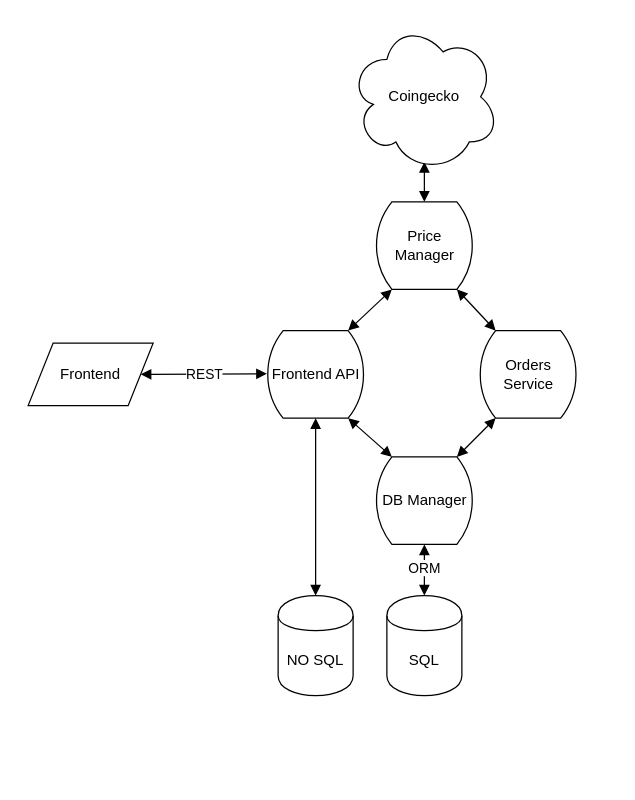
THD-C/.github keeps this draw.io diagram as architecture.drawio. Above is the earlier version. Source tidied: cells renumbered, new cells numbered last; positions are measured from the earlier drawing's top-left corner, leaving out a move shared by most shapes. Both pictures are drawn from the tidied source at 125%, with x=0, y=0 at pixel (28, 21).
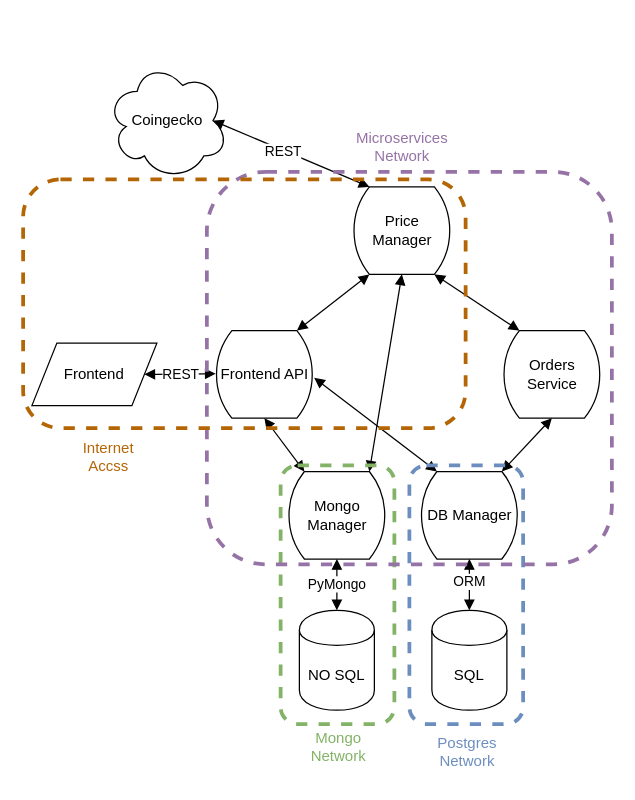
The same page after the edit.

Change to the diagram source:
```diff
@@
     <mxCell id="2" value="SQL" style="shape=cylinder;whiteSpace=wrap;html=1;boundedLbl=1;backgroundOutline=1;" parent="1" vertex="1">
-      <mxGeometry x="287" y="459" width="60" height="80" as="geometry" />
+      <mxGeometry x="323" y="470.7" width="60" height="80" as="geometry" />
     </mxCell>
     <mxCell id="3" value="Frontend API" style="html=1;dashed=0;whitespace=wrap;shape=mxgraph.dfd.loop;" parent="1" vertex="1">
-      <mxGeometry x="190" y="247" width="80" height="70" as="geometry" />
+      <mxGeometry x="149" y="247" width="80" height="70" as="geometry" />
     </mxCell>
     <mxCell id="4" value="Orders&lt;br&gt;Service" style="html=1;dashed=0;whitespace=wrap;shape=mxgraph.dfd.loop;" parent="1" vertex="1">
-      <mxGeometry x="360" y="247" width="80" height="70" as="geometry" />
+      <mxGeometry x="379" y="247" width="80" height="70" as="geometry" />
     </mxCell>
-    <mxCell id="5" style="edgeStyle=none;shape=connector;rounded=1;html=1;entryX=0.5;entryY=0;entryDx=0;entryDy=0;entryPerimeter=0;labelBackgroundColor=default;strokeColor=default;fontFamily=Helvetica;fontSize=11;fontColor=default;startArrow=block;startFill=1;endArrow=block;endFill=1;exitX=0.55;exitY=0.95;exitDx=0;exitDy=0;exitPerimeter=0;" parent="1" edge="1" target="17">
-      <mxGeometry relative="1" as="geometry">
-        <mxPoint x="317" y="112" as="sourcePoint" />
-      </mxGeometry>
+    <mxCell id="5" style="edgeStyle=none;shape=connector;rounded=1;html=1;entryX=0;entryY=0;entryDx=14;entryDy=0;entryPerimeter=0;labelBackgroundColor=default;strokeColor=default;fontFamily=Helvetica;fontSize=11;fontColor=default;startArrow=block;startFill=1;endArrow=block;endFill=1;exitX=0.875;exitY=0.5;exitDx=0;exitDy=0;exitPerimeter=0;" parent="1" edge="1" source="6" target="17">
+      <mxGeometry relative="1" as="geometry" />
     </mxCell>
+    <mxCell id="20" value="REST" style="edgeLabel;html=1;align=center;verticalAlign=middle;" parent="5" vertex="1">
+      <mxGeometry x="-0.1" y="-1" relative="1" as="geometry" />
+    </mxCell>
     <mxCell id="6" value="Coingecko" style="shape=cloud;whiteSpace=wrap;html=1;" parent="1" vertex="1">
-      <mxGeometry x="257" width="120" height="120" as="geometry" />
+      <mxGeometry x="63" y="32" width="97" height="94" as="geometry" />
     </mxCell>
@@
     <mxCell id="9" value="Frontend" style="shape=parallelogram;perimeter=parallelogramPerimeter;whiteSpace=wrap;html=1;dashed=0;" parent="1" vertex="1">
-      <mxGeometry y="257" width="100" height="50" as="geometry" />
+      <mxGeometry x="3" y="257" width="100" height="50" as="geometry" />
     </mxCell>
@@
-    <mxCell id="12" style="edgeStyle=none;shape=connector;rounded=1;html=1;exitX=0;exitY=0;exitDx=66;exitDy=0;exitPerimeter=0;entryX=0;entryY=0;entryDx=14;entryDy=70;entryPerimeter=0;labelBackgroundColor=default;strokeColor=default;fontFamily=Helvetica;fontSize=11;fontColor=default;startArrow=block;startFill=1;endArrow=block;endFill=1;" parent="1" edge="1" source="14" target="4">
+    <mxCell id="12" style="edgeStyle=none;shape=connector;rounded=1;html=1;exitX=0;exitY=0;exitDx=66;exitDy=0;exitPerimeter=0;entryX=0.5;entryY=1;entryDx=0;entryDy=0;entryPerimeter=0;labelBackgroundColor=default;strokeColor=default;fontFamily=Helvetica;fontSize=11;fontColor=default;startArrow=block;startFill=1;endArrow=block;endFill=1;" parent="1" edge="1" source="14" target="4">
       <mxGeometry relative="1" as="geometry" />
     </mxCell>
-    <mxCell id="13" style="edgeStyle=none;shape=connector;rounded=1;html=1;exitX=0;exitY=0;exitDx=14;exitDy=0;exitPerimeter=0;entryX=0;entryY=0;entryDx=66;entryDy=70;entryPerimeter=0;labelBackgroundColor=default;strokeColor=default;fontFamily=Helvetica;fontSize=11;fontColor=default;startArrow=block;startFill=1;endArrow=block;endFill=1;" parent="1" edge="1" source="14" target="3">
+    <mxCell id="13" style="edgeStyle=none;shape=connector;rounded=1;html=1;exitX=0;exitY=0;exitDx=14;exitDy=0;exitPerimeter=0;entryX=0.998;entryY=0.539;entryDx=0;entryDy=0;entryPerimeter=0;labelBackgroundColor=default;strokeColor=default;fontFamily=Helvetica;fontSize=11;fontColor=default;startArrow=block;startFill=1;endArrow=block;endFill=1;" parent="1" edge="1" source="14" target="3">
       <mxGeometry relative="1" as="geometry" />
     </mxCell>
     <mxCell id="14" value="DB Manager" style="html=1;dashed=0;whitespace=wrap;shape=mxgraph.dfd.loop;" parent="1" vertex="1">
-      <mxGeometry x="277" y="348" width="80" height="70" as="geometry" />
+      <mxGeometry x="313" y="359.7" width="80" height="70" as="geometry" />
     </mxCell>
@@
     <mxCell id="17" value="Price&lt;br&gt;Manager" style="html=1;dashed=0;whitespace=wrap;shape=mxgraph.dfd.loop;" parent="1" vertex="1">
-      <mxGeometry x="277" y="144" width="80" height="70" as="geometry" />
+      <mxGeometry x="259" y="132" width="80" height="70" as="geometry" />
     </mxCell>
-    <mxCell id="18" style="edgeStyle=none;shape=connector;rounded=1;html=1;exitX=0.5;exitY=0;exitDx=0;exitDy=0;entryX=0.5;entryY=1;entryDx=0;entryDy=0;labelBackgroundColor=default;strokeColor=default;fontFamily=Helvetica;fontSize=11;fontColor=default;startArrow=block;startFill=1;endArrow=block;endFill=1;entryPerimeter=0;" parent="1" edge="1" source="19" target="3">
+    <mxCell id="18" value="PyMongo" style="edgeStyle=none;shape=connector;rounded=1;html=1;exitX=0.5;exitY=0;exitDx=0;exitDy=0;entryX=0.5;entryY=1;entryDx=0;entryDy=0;labelBackgroundColor=default;strokeColor=default;fontFamily=Helvetica;fontSize=11;fontColor=default;startArrow=block;startFill=1;endArrow=block;endFill=1;entryPerimeter=0;" parent="1" edge="1" source="19" target="23">
       <mxGeometry relative="1" as="geometry" />
     </mxCell>
     <mxCell id="19" value="NO SQL" style="shape=cylinder;whiteSpace=wrap;html=1;boundedLbl=1;backgroundOutline=1;" parent="1" vertex="1">
-      <mxGeometry x="200" y="459" width="60" height="80" as="geometry" />
+      <mxGeometry x="217" y="470.7" width="60" height="80" as="geometry" />
     </mxCell>
+    <mxCell id="21" style="edgeStyle=none;html=1;exitX=0;exitY=0;exitDx=14;exitDy=0;exitPerimeter=0;entryX=0.5;entryY=1;entryDx=0;entryDy=0;entryPerimeter=0;startArrow=block;startFill=1;endArrow=block;endFill=1;" parent="1" edge="1" source="23" target="3">
+      <mxGeometry relative="1" as="geometry" />
+    </mxCell>
+    <mxCell id="22" style="edgeStyle=none;html=1;exitX=0;exitY=0;exitDx=66;exitDy=0;exitPerimeter=0;entryX=0.5;entryY=1;entryDx=0;entryDy=0;entryPerimeter=0;startArrow=block;startFill=1;endArrow=block;endFill=1;" parent="1" edge="1" source="23" target="17">
+      <mxGeometry relative="1" as="geometry" />
+    </mxCell>
+    <mxCell id="23" value="Mongo&lt;br&gt;Manager" style="html=1;dashed=0;whitespace=wrap;shape=mxgraph.dfd.loop;" parent="1" vertex="1">
+      <mxGeometry x="207" y="359.7" width="80" height="70" as="geometry" />
+    </mxCell>
+    <mxCell id="24" style="whiteSpace=wrap;html=1;fillColor=none;dashed=1;rounded=1;imageAspect=1;strokeColor=#82B366;strokeWidth=3;" parent="1" vertex="1">
+      <mxGeometry x="202" y="354.7" width="91" height="207" as="geometry" />
+    </mxCell>
+    <mxCell id="25" value="&lt;font color=&quot;#82b366&quot;&gt;Mongo &lt;br&gt;Network&lt;/font&gt;" style="text;html=1;align=center;verticalAlign=middle;strokeColor=none;fillColor=none;" parent="1" vertex="1">
+      <mxGeometry x="216.5" y="559.7" width="62" height="41" as="geometry" />
+    </mxCell>
+    <mxCell id="26" style="whiteSpace=wrap;html=1;fillColor=none;dashed=1;rounded=1;imageAspect=1;strokeColor=#6C8EBF;strokeWidth=3;" parent="1" vertex="1">
+      <mxGeometry x="305" y="354.7" width="91" height="207" as="geometry" />
+    </mxCell>
+    <mxCell id="27" value="&lt;font color=&quot;#6c8ebf&quot;&gt;Postgres&lt;br&gt;Network&lt;/font&gt;" style="text;html=1;align=center;verticalAlign=middle;strokeColor=none;fillColor=none;" parent="1" vertex="1">
+      <mxGeometry x="318.5" y="563.7" width="65" height="41" as="geometry" />
+    </mxCell>
+    <mxCell id="28" style="whiteSpace=wrap;html=1;fillColor=none;dashed=1;rounded=1;imageAspect=1;strokeColor=#9673A6;strokeWidth=3;" parent="1" vertex="1">
+      <mxGeometry x="143" y="120" width="324" height="314" as="geometry" />
+    </mxCell>
+    <mxCell id="29" value="&lt;font color=&quot;#9673a6&quot;&gt;Microservices&lt;br&gt;Network&lt;/font&gt;" style="text;html=1;align=center;verticalAlign=middle;strokeColor=none;fillColor=none;" parent="1" vertex="1">
+      <mxGeometry x="253.5" y="79" width="91" height="41" as="geometry" />
+    </mxCell>
+    <mxCell id="30" style="whiteSpace=wrap;html=1;fillColor=none;dashed=1;rounded=1;imageAspect=1;strokeColor=#B46504;strokeWidth=3;" parent="1" vertex="1">
+      <mxGeometry x="-4" y="126" width="354" height="199" as="geometry" />
+    </mxCell>
+    <mxCell id="31" value="&lt;font color=&quot;#b46504&quot;&gt;Internet &lt;br&gt;Accss&lt;/font&gt;" style="text;html=1;align=center;verticalAlign=middle;strokeColor=none;fillColor=none;" parent="1" vertex="1">
+      <mxGeometry x="34" y="327" width="59" height="41" as="geometry" />
+    </mxCell>
```
